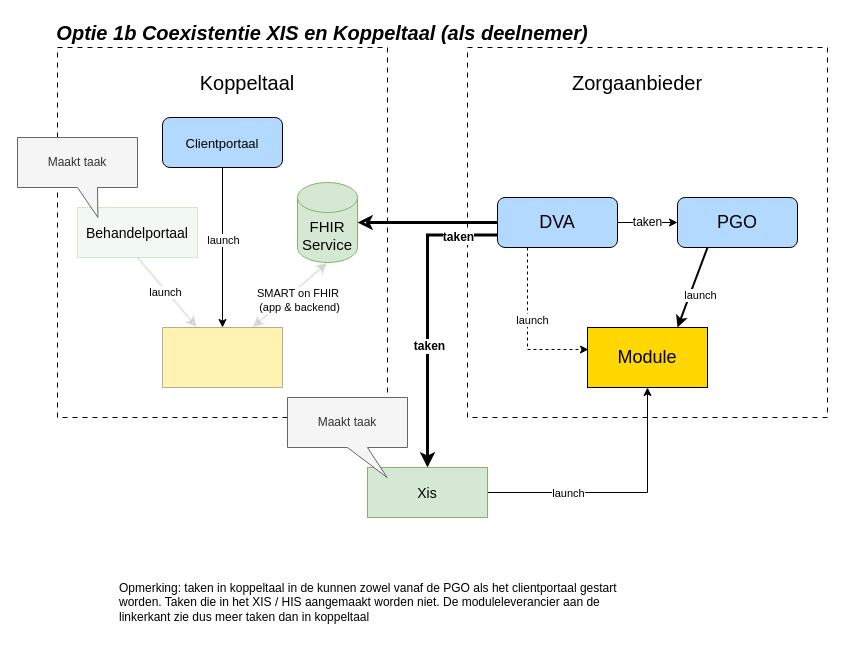
KoppelMij/koppelmij-designs keeps this draw.io diagram as input/images/koppeltaal/optie1b.drawio. Above is the earlier version. Source tidied: cells renumbered, new cells numbered last; positions are measured from the earlier drawing's top-left corner, leaving out a move shared by most shapes. Both pictures are drawn from the tidied source at 100%, with x=0, y=0 at pixel (17, 17).
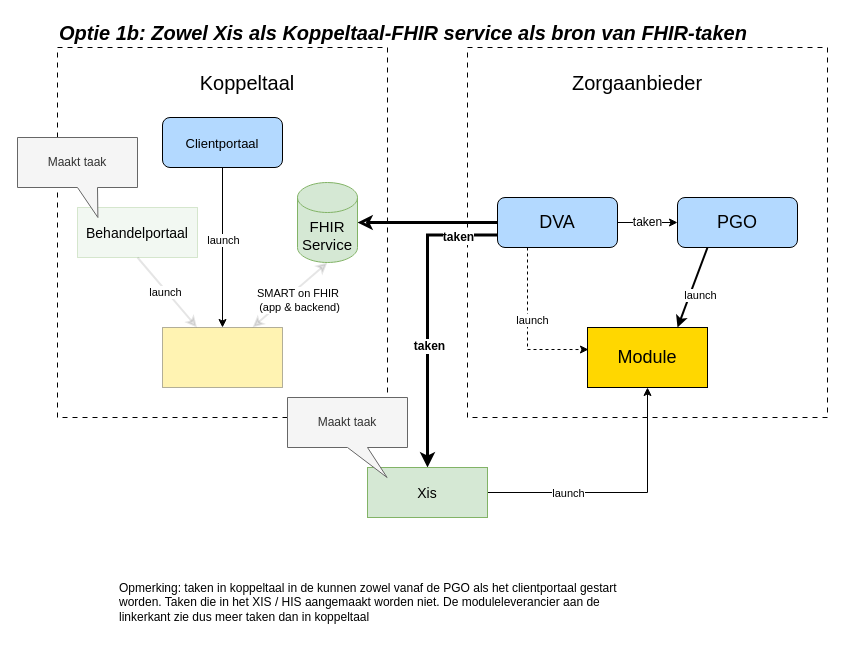
The same diagram, later.

What changed in the source:
```diff
@@
-    <mxCell id="29" value="Optie 1b Coexistentie XIS en Koppeltaal (als deelnemer)" style="text;html=1;align=center;verticalAlign=middle;whiteSpace=wrap;rounded=0;fontStyle=3;fontSize=20;" parent="1" vertex="1">
-      <mxGeometry x="30" width="550" height="30" as="geometry" />
+    <mxCell id="29" value="Optie 1b: Zowel Xis als Koppeltaal-FHIR service als bron van FHIR-taken" style="text;html=1;align=left;verticalAlign=middle;whiteSpace=wrap;rounded=0;fontStyle=3;fontSize=20;" parent="1" vertex="1">
+      <mxGeometry x="40" width="770" height="30" as="geometry" />
     </mxCell>
```
